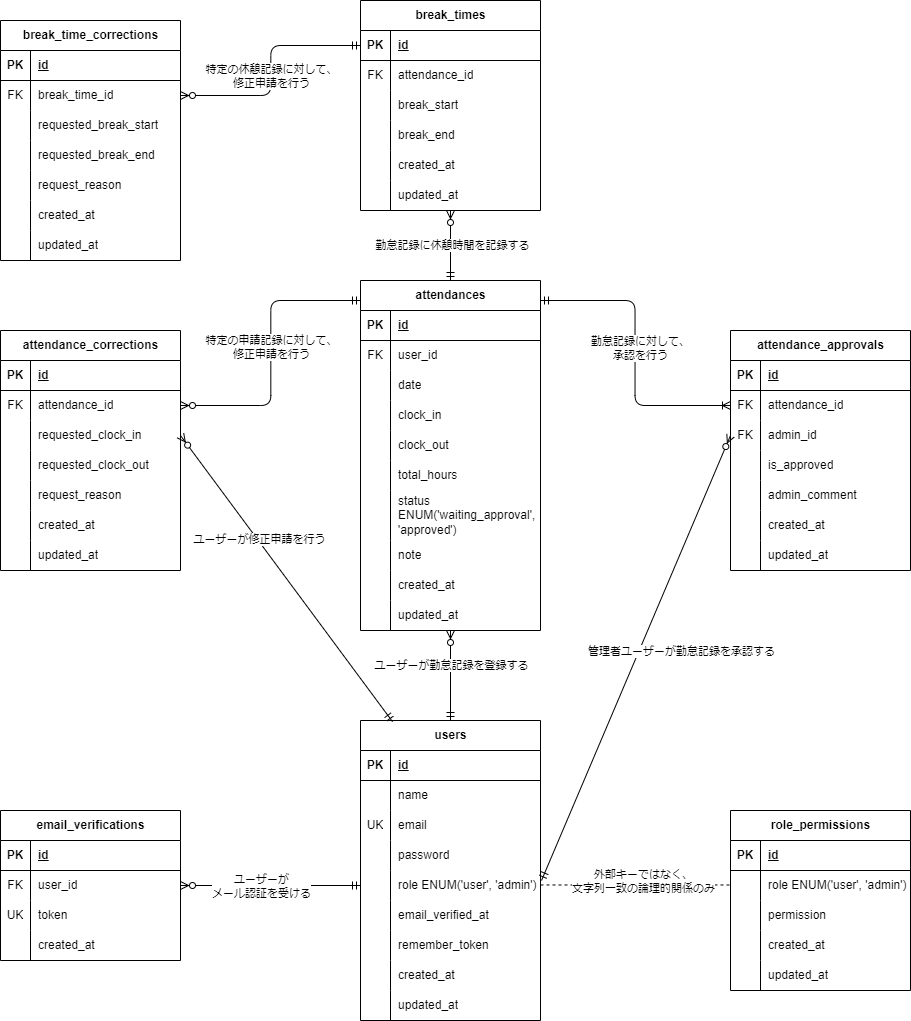
shimodum/mockcase-attendance keeps this draw.io diagram as ER.drawio.png. Above is the earlier version. Source tidied: cells renumbered, new cells last; positions are measured from the earlier drawing's top-left corner, leaving out a move shared by most shapes.
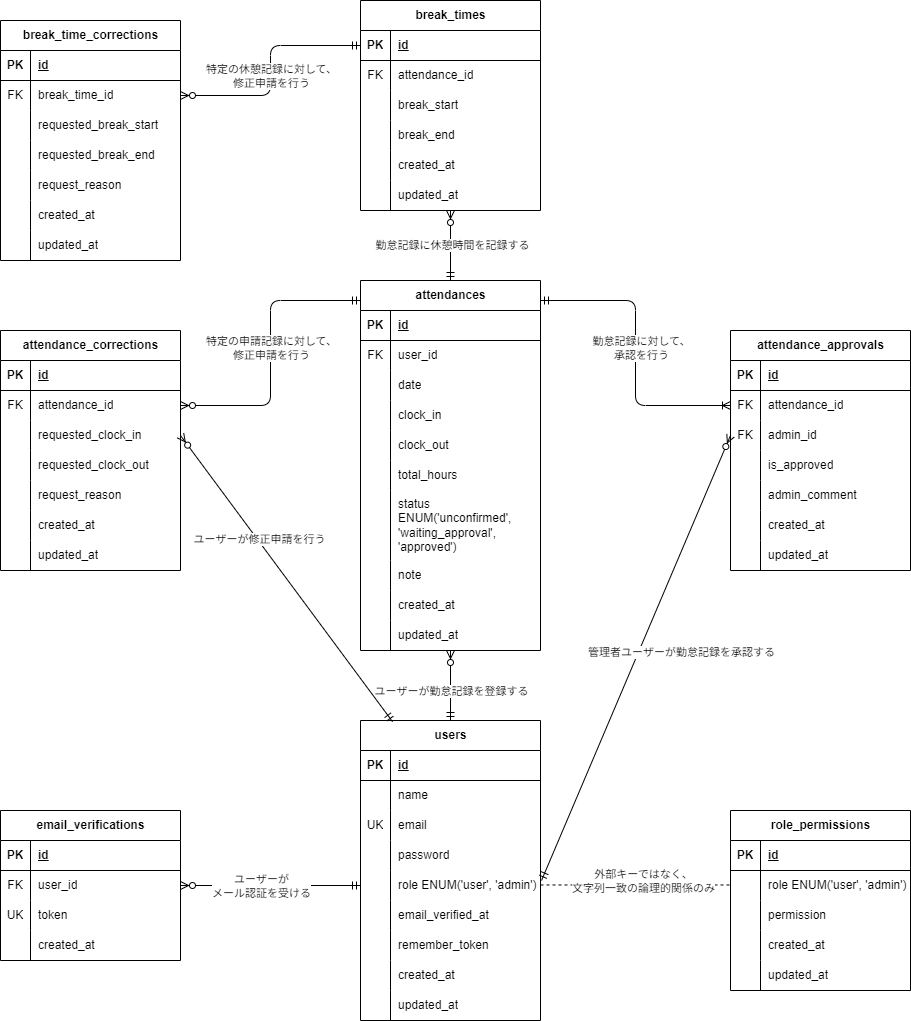
Later version of the same file.

Change to the diagram source:
```diff
@@ -258,7 +258,7 @@
       <mxGeometry x="30" width="150" height="30" as="geometry" />
     </mxCell>
     <mxCell id="87" value="attendances" style="shape=table;startSize=30;rowLines=0;fontStyle=1;align=center;html=1;" parent="1" vertex="1">
-      <mxGeometry x="360" y="280" width="180" height="350" as="geometry" />
+      <mxGeometry x="360" y="280" width="180" height="370" as="geometry" />
     </mxCell>
     <mxCell id="88" style="shape=tableRow;horizontal=0;startSize=0;swimlaneHead=0;swimlaneBody=0;fillColor=none;top=0;left=0;right=0;bottom=1;" parent="87" vertex="1">
       <mxGeometry y="30" width="180" height="30" as="geometry" />
@@ -315,16 +315,16 @@
       <mxGeometry x="30" width="150" height="30" as="geometry" />
     </mxCell>
     <mxCell id="106" style="shape=tableRow;horizontal=0;startSize=0;swimlaneHead=0;swimlaneBody=0;fillColor=none;top=0;left=0;right=0;bottom=0;" parent="87" vertex="1">
-      <mxGeometry y="210" width="180" height="50" as="geometry" />
+      <mxGeometry y="210" width="180" height="70" as="geometry" />
     </mxCell>
     <mxCell id="107" style="shape=partialRectangle;fillColor=none;top=0;left=0;bottom=0;right=0;overflow=hidden;whiteSpace=wrap;html=1;" parent="106" vertex="1">
-      <mxGeometry width="30" height="50" as="geometry" />
+      <mxGeometry width="30" height="70" as="geometry" />
     </mxCell>
-    <mxCell id="108" value="status ENUM('waiting_approval', 'approved')" style="shape=partialRectangle;fillColor=none;top=0;left=0;bottom=0;right=0;align=left;spacingLeft=6;overflow=hidden;whiteSpace=wrap;html=1;" parent="106" vertex="1">
-      <mxGeometry x="30" width="150" height="50" as="geometry" />
+    <mxCell id="108" value="status ENUM('unconfirmed', 'waiting_approval', 'approved')" style="shape=partialRectangle;fillColor=none;top=0;left=0;bottom=0;right=0;align=left;spacingLeft=6;overflow=hidden;whiteSpace=wrap;html=1;" parent="106" vertex="1">
+      <mxGeometry x="30" width="150" height="70" as="geometry" />
     </mxCell>
     <mxCell id="109" style="shape=tableRow;horizontal=0;startSize=0;swimlaneHead=0;swimlaneBody=0;fillColor=none;top=0;left=0;right=0;bottom=0;" parent="87" vertex="1">
-      <mxGeometry y="260" width="180" height="30" as="geometry" />
+      <mxGeometry y="280" width="180" height="30" as="geometry" />
     </mxCell>
     <mxCell id="110" style="shape=partialRectangle;fillColor=none;top=0;left=0;bottom=0;right=0;overflow=hidden;whiteSpace=wrap;html=1;" parent="109" vertex="1">
       <mxGeometry width="30" height="30" as="geometry" />
@@ -333,7 +333,7 @@
       <mxGeometry x="30" width="150" height="30" as="geometry" />
     </mxCell>
     <mxCell id="112" style="shape=tableRow;horizontal=0;startSize=0;swimlaneHead=0;swimlaneBody=0;fillColor=none;top=0;left=0;right=0;bottom=0;" parent="87" vertex="1">
-      <mxGeometry y="290" width="180" height="30" as="geometry" />
+      <mxGeometry y="310" width="180" height="30" as="geometry" />
     </mxCell>
     <mxCell id="113" style="shape=partialRectangle;fillColor=none;top=0;left=0;bottom=0;right=0;overflow=hidden;whiteSpace=wrap;html=1;" parent="112" vertex="1">
       <mxGeometry width="30" height="30" as="geometry" />
@@ -342,7 +342,7 @@
       <mxGeometry x="30" width="150" height="30" as="geometry" />
     </mxCell>
     <mxCell id="115" style="shape=tableRow;horizontal=0;startSize=0;swimlaneHead=0;swimlaneBody=0;fillColor=none;points=[[0,0.5],[1,0.5]];portConstraint=eastwest;top=0;left=0;right=0;bottom=0;" parent="87" vertex="1">
-      <mxGeometry y="320" width="180" height="30" as="geometry" />
+      <mxGeometry y="340" width="180" height="30" as="geometry" />
     </mxCell>
     <mxCell id="116" style="shape=partialRectangle;fillColor=none;top=0;left=0;bottom=0;right=0;overflow=hidden;whiteSpace=wrap;html=1;" parent="115" vertex="1">
       <mxGeometry width="30" height="30" as="geometry" />
@@ -460,7 +460,7 @@
     </mxCell>
     <mxCell id="154" value="ユーザーが勤怠記録を登録する" style="edgeLabel;html=1;align=center;verticalAlign=middle;" parent="153" vertex="1">
       <mxGeometry x="-0.05" relative="1" as="geometry">
-        <mxPoint y="-13" as="offset" />
+        <mxPoint y="3" as="offset" />
       </mxGeometry>
     </mxCell>
     <mxCell id="155" style="fontSize=12;html=1;endArrow=ERzeroToMany;startArrow=ERmandOne;entryX=1;entryY=0.5;entryDx=0;entryDy=0;exitX=0.178;exitY=0.004;exitDx=0;exitDy=0;exitPerimeter=0;" parent="1" edge="1" source="43" target="28">
```
